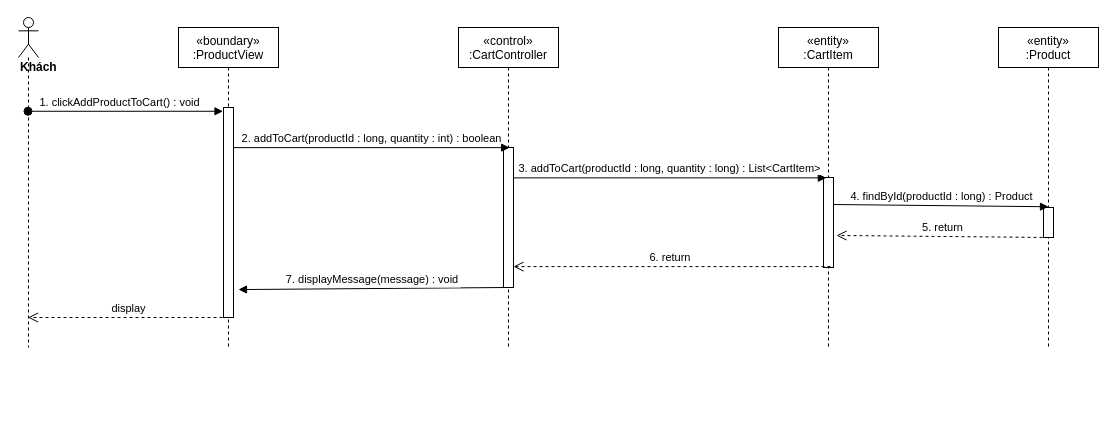
This is sequence diagram/add-product-toCart-sequence.drawio from nguyenphamvan/datn_20202, a draw.io file, before an edit. Source tidied: cells renumbered, new cells numbered last; positions are measured from the earlier drawing's top-left corner, leaving out a move shared by most shapes. Both pictures are drawn from the tidied source at 100%, with x=0, y=0 at pixel (18, 17).
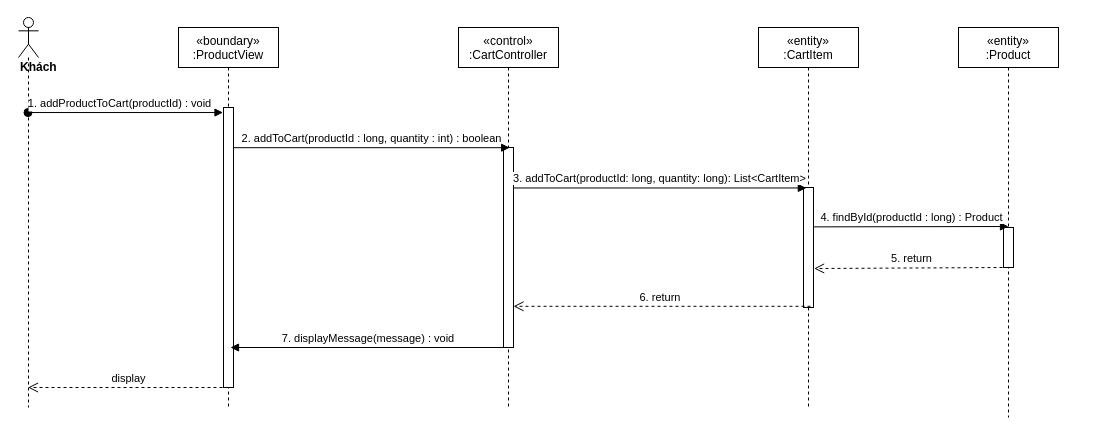
The same diagram, later.

Diff of the diagram source:
```diff
@@
 <mxGraphModel>
   <root>
     <mxCell id="0" />
     <mxCell id="1" parent="0" />
     <mxCell id="2" value="«boundary»&#10;:ProductView" style="shape=umlLifeline;perimeter=lifelinePerimeter;rounded=0;shadow=0;strokeWidth=1;" parent="1" vertex="1">
-      <mxGeometry x="160" y="10" width="100" height="320" as="geometry" />
+      <mxGeometry x="160" y="10" width="100" height="380" as="geometry" />
     </mxCell>
     <mxCell id="3" style="points=[];perimeter=orthogonalPerimeter;rounded=0;shadow=0;strokeWidth=1;" parent="2" vertex="1">
-      <mxGeometry x="45" y="80" width="10" height="210" as="geometry" />
+      <mxGeometry x="45" y="80" width="10" height="280" as="geometry" />
     </mxCell>
     <mxCell id="4" value="«control»&#10;:CartController" style="shape=umlLifeline;perimeter=lifelinePerimeter;rounded=0;shadow=0;strokeWidth=1;" parent="1" vertex="1">
-      <mxGeometry x="440" y="10" width="100" height="320" as="geometry" />
+      <mxGeometry x="440" y="10" width="100" height="380" as="geometry" />
     </mxCell>
     <mxCell id="5" style="points=[];perimeter=orthogonalPerimeter;rounded=0;shadow=0;strokeWidth=1;" parent="4" vertex="1">
-      <mxGeometry x="45" y="120" width="10" height="140" as="geometry" />
+      <mxGeometry x="45" y="120" width="10" height="200" as="geometry" />
     </mxCell>
     <mxCell id="6" value="&lt;div&gt;&lt;b&gt;Khách&lt;/b&gt;&lt;/div&gt;" style="shape=umlLifeline;participant=umlActor;perimeter=lifelinePerimeter;whiteSpace=wrap;html=1;verticalAlign=top;spacingTop=36;outlineConnect=0;align=left;" parent="1" vertex="1">
-      <mxGeometry width="20" height="330" as="geometry" />
+      <mxGeometry width="20" height="390" as="geometry" />
     </mxCell>
-    <mxCell id="7" value="1. clickAddProductToCart() : void" style="verticalAlign=bottom;startArrow=oval;endArrow=block;startSize=8;shadow=0;strokeWidth=1;entryX=-0.05;entryY=0.018;entryDx=0;entryDy=0;entryPerimeter=0;" parent="1" edge="1" source="6" target="3">
+    <mxCell id="7" value="1. addProductToCart(productId) : void" style="verticalAlign=bottom;startArrow=oval;endArrow=block;startSize=8;shadow=0;strokeWidth=1;entryX=-0.05;entryY=0.018;entryDx=0;entryDy=0;entryPerimeter=0;" parent="1" edge="1" source="6" target="3">
       <mxGeometry x="-0.06" relative="1" as="geometry" />
     </mxCell>
     <mxCell id="8" value="«entity»&#10;:CartItem" style="shape=umlLifeline;perimeter=lifelinePerimeter;rounded=0;shadow=0;strokeWidth=1;" parent="1" vertex="1">
-      <mxGeometry x="760" y="10" width="100" height="320" as="geometry" />
+      <mxGeometry x="740" y="10" width="100" height="380" as="geometry" />
     </mxCell>
     <mxCell id="9" style="points=[];perimeter=orthogonalPerimeter;rounded=0;shadow=0;strokeWidth=1;" parent="8" vertex="1">
-      <mxGeometry x="45" y="150" width="10" height="90" as="geometry" />
+      <mxGeometry x="45" y="160" width="10" height="120" as="geometry" />
     </mxCell>
     <mxCell id="10" value="2. addToCart(productId : long, quantity : int) : boolean" style="html=1;verticalAlign=bottom;endArrow=block;entryX=0.617;entryY=0.001;entryDx=0;entryDy=0;entryPerimeter=0;" parent="1" edge="1" source="3" target="5">
       <mxGeometry relative="1" as="geometry" />
     </mxCell>
-    <mxCell id="11" value="3. addToCart(productId : long, quantity : long) : List&amp;lt;CartItem&amp;gt;" style="html=1;verticalAlign=bottom;endArrow=block;entryX=0.283;entryY=0.004;entryDx=0;entryDy=0;entryPerimeter=0;" parent="1" edge="1" source="5" target="9">
+    <mxCell id="11" value="3. addToCart(productId: long, quantity: long): List&amp;lt;CartItem&amp;gt;" style="html=1;verticalAlign=bottom;endArrow=block;entryX=0.283;entryY=0.004;entryDx=0;entryDy=0;entryPerimeter=0;" parent="1" edge="1" source="5" target="9">
       <mxGeometry relative="1" as="geometry" />
     </mxCell>
     <mxCell id="12" value="6. return&amp;nbsp;" style="html=1;verticalAlign=bottom;endArrow=open;dashed=1;endSize=8;exitX=0.7;exitY=0.99;exitDx=0;exitDy=0;exitPerimeter=0;" parent="1" edge="1" source="9" target="5">
       <mxGeometry relative="1" as="geometry" />
     </mxCell>
-    <mxCell id="13" value="7. displayMessage(message) : void" style="verticalAlign=bottom;endArrow=block;shadow=0;strokeWidth=1;entryX=1.5;entryY=0.867;entryDx=0;entryDy=0;entryPerimeter=0;exitX=0.3;exitY=1;exitDx=0;exitDy=0;exitPerimeter=0;" parent="1" edge="1" source="5" target="3">
-      <mxGeometry relative="1" as="geometry" />
+    <mxCell id="13" value="7. displayMessage(message) : void" style="verticalAlign=bottom;endArrow=block;shadow=0;strokeWidth=1;exitX=0.3;exitY=1;exitDx=0;exitDy=0;exitPerimeter=0;" parent="1" edge="1" source="5">
+      <mxGeometry relative="1" as="geometry">
+        <mxPoint x="212" y="330" as="targetPoint" />
+      </mxGeometry>
     </mxCell>
     <mxCell id="14" value="«entity»&#10;:Product" style="shape=umlLifeline;perimeter=lifelinePerimeter;rounded=0;shadow=0;strokeWidth=1;" parent="1" vertex="1">
-      <mxGeometry x="980" y="10" width="100" height="320" as="geometry" />
+      <mxGeometry x="940" y="10" width="100" height="390" as="geometry" />
     </mxCell>
     <mxCell id="15" style="points=[];perimeter=orthogonalPerimeter;rounded=0;shadow=0;strokeWidth=1;" parent="14" vertex="1">
-      <mxGeometry x="45" y="180" width="10" height="30" as="geometry" />
+      <mxGeometry x="45" y="200" width="10" height="40" as="geometry" />
     </mxCell>
-    <mxCell id="16" value="4. findById(productId : long) : Product" style="html=1;verticalAlign=bottom;endArrow=block;exitX=1;exitY=0.3;exitDx=0;exitDy=0;exitPerimeter=0;entryX=0.5;entryY=-0.025;entryDx=0;entryDy=0;entryPerimeter=0;" parent="1" edge="1" source="9" target="15">
+    <mxCell id="16" value="4. findById(productId : long) : Product" style="html=1;verticalAlign=bottom;endArrow=block;entryX=0.5;entryY=-0.025;entryDx=0;entryDy=0;entryPerimeter=0;exitX=1.06;exitY=0.328;exitDx=0;exitDy=0;exitPerimeter=0;" parent="1" edge="1" source="9" target="15">
       <mxGeometry relative="1" as="geometry" />
     </mxCell>
-    <mxCell id="17" value="5. return" style="html=1;verticalAlign=bottom;endArrow=open;dashed=1;endSize=8;exitX=0.5;exitY=1;exitDx=0;exitDy=0;exitPerimeter=0;entryX=1.3;entryY=0.644;entryDx=0;entryDy=0;entryPerimeter=0;" parent="1" edge="1" source="15" target="9">
+    <mxCell id="17" value="5. return" style="html=1;verticalAlign=bottom;endArrow=open;dashed=1;endSize=8;exitX=0.5;exitY=1;exitDx=0;exitDy=0;exitPerimeter=0;entryX=1.06;entryY=0.675;entryDx=0;entryDy=0;entryPerimeter=0;" parent="1" edge="1" source="15" target="9">
       <mxGeometry relative="1" as="geometry" />
     </mxCell>
     <mxCell id="18" value="display" style="html=1;verticalAlign=bottom;endArrow=open;dashed=1;endSize=8;exitX=0.5;exitY=1;exitDx=0;exitDy=0;exitPerimeter=0;" parent="1" edge="1" source="3" target="6">
       <mxGeometry relative="1" as="geometry" />
     </mxCell>
   </root>
 </mxGraphModel>
```
